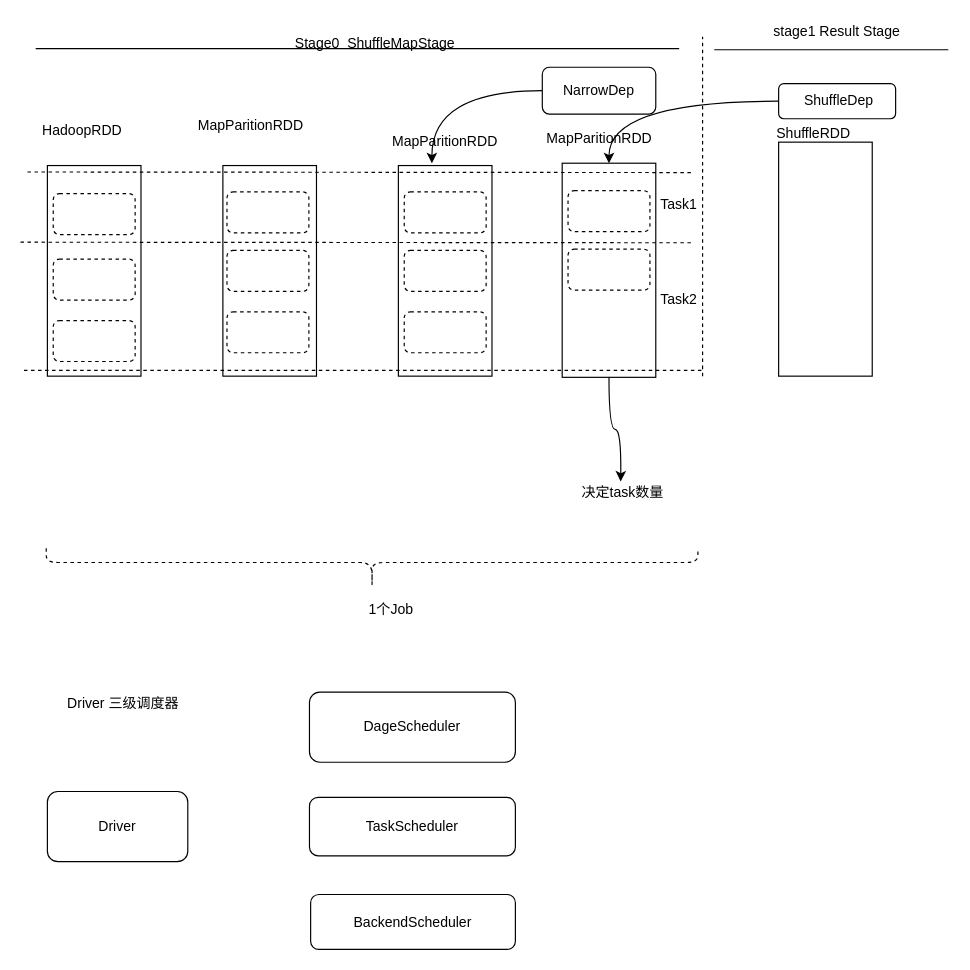
Above: sparkStage划分.drawio in chenTerry/spark_learnning (draw.io), before the change. Source tidied: cells renumbered, new cells numbered last; positions are measured from the earlier drawing's top-left corner, leaving out a move shared by most shapes. Both pictures are drawn from the tidied source at 117%, with x=0, y=0 at pixel (20, 20).
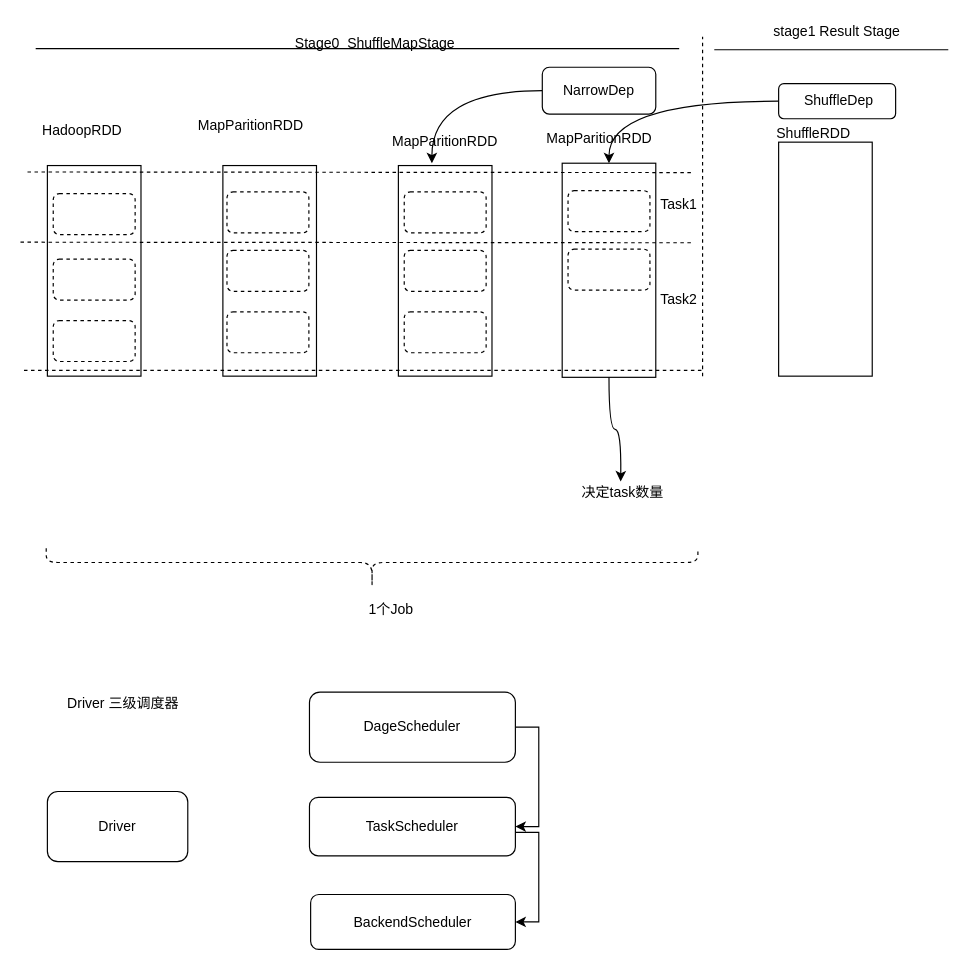
After the change.

The change refers to these unchanged cells:
```xml
<mxCell id="42" value="DageScheduler" style="rounded=1;whiteSpace=wrap;html=1;" parent="1" vertex="1">
  <mxGeometry x="247" y="574" width="176" height="60" as="geometry" />
</mxCell>
<mxCell id="43" value="TaskScheduler" style="rounded=1;whiteSpace=wrap;html=1;" parent="1" vertex="1">
  <mxGeometry x="247" y="664" width="176" height="50" as="geometry" />
</mxCell>
<mxCell id="44" value="BackendScheduler" style="rounded=1;whiteSpace=wrap;html=1;" parent="1" vertex="1">
  <mxGeometry x="248" y="747" width="175" height="47" as="geometry" />
</mxCell>
```

What changed in the source:
```diff
@@
+    <mxCell id="46" style="edgeStyle=orthogonalEdgeStyle;rounded=0;jettySize=auto;html=1;entryX=1;entryY=0.5;entryDx=0;entryDy=0;exitX=1;exitY=0.5;exitDx=0;exitDy=0;" parent="1" edge="1" source="42" target="43">
+      <mxGeometry relative="1" as="geometry" />
+    </mxCell>
@@
+    <mxCell id="47" style="edgeStyle=orthogonalEdgeStyle;rounded=0;jettySize=auto;html=1;entryX=1;entryY=0.5;entryDx=0;entryDy=0;exitX=1;exitY=0.5;exitDx=0;exitDy=0;" parent="1" edge="1" source="43" target="44">
+      <mxGeometry relative="1" as="geometry">
+        <Array as="points">
+          <mxPoint x="423" y="694" />
+          <mxPoint x="443" y="694" />
+          <mxPoint x="443" y="771" />
+        </Array>
+      </mxGeometry>
+    </mxCell>
```
